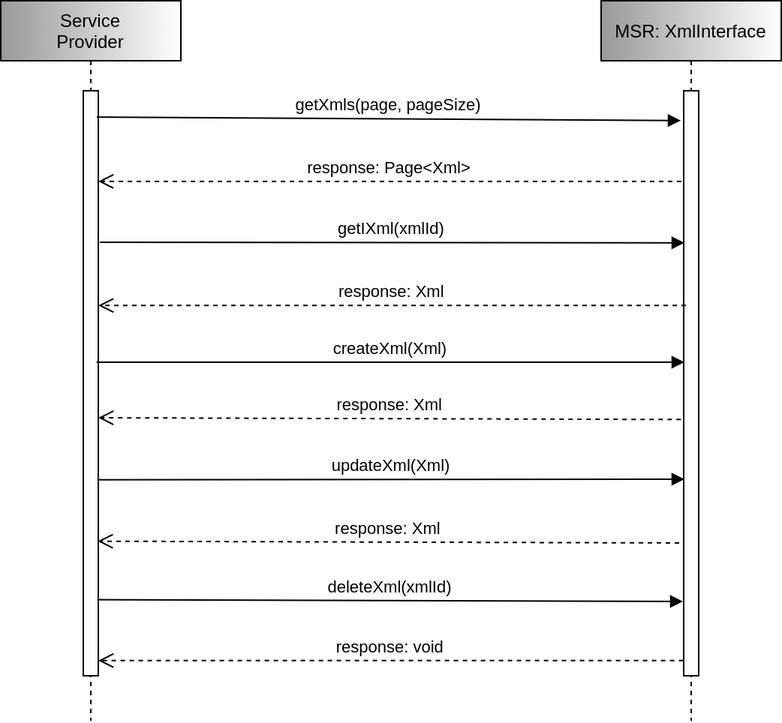
maritimeconnectivity/g1128-msr-service-specification keeps this draw.io diagram as materials/xmlintseqdiagram.drawio.png. Above is the earlier version. Source tidied: cells renumbered, new cells last; positions are measured from the earlier drawing's top-left corner, leaving out a move shared by most shapes.
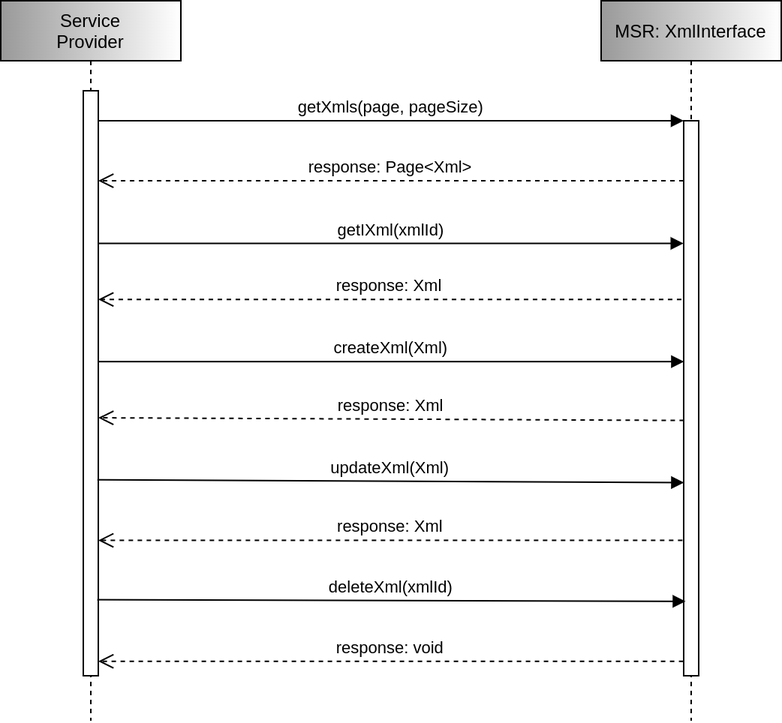
The same file after the commit.

Diff of the diagram source:
```diff
@@ -12,36 +12,44 @@
       <mxGeometry x="400" width="120" height="480" as="geometry" />
     </mxCell>
     <mxCell id="5" style="points=[];perimeter=orthogonalPerimeter;rounded=0;shadow=0;strokeWidth=1;" parent="4" vertex="1">
-      <mxGeometry x="55" y="60" width="10" height="390" as="geometry" />
+      <mxGeometry x="55" y="80" width="10" height="370" as="geometry" />
     </mxCell>
-    <mxCell id="6" value="response: Page&lt;Xml&gt;" style="verticalAlign=bottom;endArrow=open;dashed=1;endSize=8;shadow=0;strokeWidth=1;exitX=-0.15;exitY=0.155;exitDx=0;exitDy=0;exitPerimeter=0;" parent="1" edge="1" source="5" target="3">
-      <mxGeometry relative="1" as="geometry" />
+    <mxCell id="6" value="response: Page&lt;Xml&gt;" style="verticalAlign=bottom;endArrow=open;dashed=1;endSize=8;shadow=0;strokeWidth=1;" parent="1" edge="1" source="5" target="3">
+      <mxGeometry relative="1" as="geometry">
+        <Array as="points">
+          <mxPoint x="370" y="120" />
+        </Array>
+      </mxGeometry>
     </mxCell>
-    <mxCell id="7" value="getXmls(page, pageSize)" style="verticalAlign=bottom;endArrow=block;entryX=-0.2;entryY=0.051;shadow=0;strokeWidth=1;exitX=0.9;exitY=0.045;exitDx=0;exitDy=0;exitPerimeter=0;entryDx=0;entryDy=0;entryPerimeter=0;" parent="1" edge="1" source="3" target="5">
-      <mxGeometry relative="1" as="geometry" />
+    <mxCell id="7" value="getXmls(page, pageSize)" style="verticalAlign=bottom;endArrow=block;shadow=0;strokeWidth=1;" parent="1" edge="1" source="3" target="5">
+      <mxGeometry relative="1" as="geometry">
+        <Array as="points">
+          <mxPoint x="230" y="80" />
+        </Array>
+      </mxGeometry>
     </mxCell>
-    <mxCell id="8" value="response: Xml" style="verticalAlign=bottom;endArrow=open;dashed=1;endSize=8;shadow=0;strokeWidth=1;exitX=0.15;exitY=0.367;exitDx=0;exitDy=0;exitPerimeter=0;" parent="1" edge="1" source="5" target="3">
+    <mxCell id="8" value="response: Xml" style="verticalAlign=bottom;endArrow=open;dashed=1;endSize=8;shadow=0;strokeWidth=1;exitX=-0.152;exitY=0.322;exitDx=0;exitDy=0;exitPerimeter=0;" parent="1" edge="1" source="5" target="3">
       <mxGeometry relative="1" as="geometry" />
     </mxCell>
-    <mxCell id="9" value="getIXml(xmlId)" style="verticalAlign=bottom;endArrow=block;entryX=0.05;entryY=0.26;shadow=0;strokeWidth=1;exitX=1.1;exitY=0.259;exitDx=0;exitDy=0;exitPerimeter=0;entryDx=0;entryDy=0;entryPerimeter=0;" parent="1" edge="1" source="3" target="5">
+    <mxCell id="9" value="getIXml(xmlId)" style="verticalAlign=bottom;endArrow=block;entryX=-0.014;entryY=0.221;shadow=0;strokeWidth=1;entryDx=0;entryDy=0;entryPerimeter=0;" parent="1" edge="1" source="3" target="5">
       <mxGeometry relative="1" as="geometry" />
     </mxCell>
-    <mxCell id="10" value="response: Xml" style="verticalAlign=bottom;endArrow=open;dashed=1;endSize=8;shadow=0;strokeWidth=1;exitX=-0.186;exitY=0.562;exitDx=0;exitDy=0;exitPerimeter=0;entryX=1;entryY=0.559;entryDx=0;entryDy=0;entryPerimeter=0;" parent="1" edge="1" source="5" target="3">
+    <mxCell id="10" value="response: Xml" style="verticalAlign=bottom;endArrow=open;dashed=1;endSize=8;shadow=0;strokeWidth=1;exitX=0.021;exitY=0.54;exitDx=0;exitDy=0;exitPerimeter=0;entryX=1;entryY=0.559;entryDx=0;entryDy=0;entryPerimeter=0;" parent="1" edge="1" source="5" target="3">
       <mxGeometry relative="1" as="geometry" />
     </mxCell>
-    <mxCell id="11" value="createXml(Xml)" style="verticalAlign=bottom;endArrow=block;shadow=0;strokeWidth=1;exitX=0.886;exitY=0.464;exitDx=0;exitDy=0;exitPerimeter=0;entryX=0.05;entryY=0.464;entryDx=0;entryDy=0;entryPerimeter=0;" parent="1" edge="1" source="3" target="5">
+    <mxCell id="11" value="createXml(Xml)" style="verticalAlign=bottom;endArrow=block;shadow=0;strokeWidth=1;entryX=0.021;entryY=0.434;entryDx=0;entryDy=0;entryPerimeter=0;" parent="1" edge="1" source="3" target="5">
       <mxGeometry relative="1" as="geometry" />
     </mxCell>
-    <mxCell id="12" value="response: Xml" style="verticalAlign=bottom;endArrow=open;dashed=1;endSize=8;shadow=0;strokeWidth=1;entryX=0.96;entryY=0.77;entryDx=0;entryDy=0;entryPerimeter=0;exitX=-0.3;exitY=0.773;exitDx=0;exitDy=0;exitPerimeter=0;" parent="1" edge="1" source="5" target="3">
+    <mxCell id="12" value="response: Xml" style="verticalAlign=bottom;endArrow=open;dashed=1;endSize=8;shadow=0;strokeWidth=1;exitX=-0.083;exitY=0.756;exitDx=0;exitDy=0;exitPerimeter=0;" parent="1" edge="1" source="5" target="3">
       <mxGeometry relative="1" as="geometry" />
     </mxCell>
     <mxCell id="13" value="response: void" style="verticalAlign=bottom;endArrow=open;dashed=1;endSize=8;shadow=0;strokeWidth=1;exitX=-0.02;exitY=0.974;exitDx=0;exitDy=0;exitPerimeter=0;" parent="1" edge="1" source="5" target="3">
       <mxGeometry relative="1" as="geometry" />
     </mxCell>
-    <mxCell id="14" value="deleteXml(xmlId)" style="verticalAlign=bottom;endArrow=block;shadow=0;strokeWidth=1;exitX=0.933;exitY=0.87;exitDx=0;exitDy=0;exitPerimeter=0;entryX=-0.05;entryY=0.873;entryDx=0;entryDy=0;entryPerimeter=0;" parent="1" edge="1" source="3" target="5">
+    <mxCell id="14" value="deleteXml(xmlId)" style="verticalAlign=bottom;endArrow=block;shadow=0;strokeWidth=1;exitX=0.933;exitY=0.87;exitDx=0;exitDy=0;exitPerimeter=0;entryX=0.124;entryY=0.866;entryDx=0;entryDy=0;entryPerimeter=0;" parent="1" edge="1" source="3" target="5">
       <mxGeometry relative="1" as="geometry" />
     </mxCell>
-    <mxCell id="15" value="updateXml(Xml)" style="verticalAlign=bottom;endArrow=block;shadow=0;strokeWidth=1;entryX=0.05;entryY=0.664;entryDx=0;entryDy=0;entryPerimeter=0;exitX=0.94;exitY=0.665;exitDx=0;exitDy=0;exitPerimeter=0;" parent="1" edge="1" source="3" target="5">
+    <mxCell id="15" value="updateXml(Xml)" style="verticalAlign=bottom;endArrow=block;shadow=0;strokeWidth=1;entryX=0.021;entryY=0.652;entryDx=0;entryDy=0;entryPerimeter=0;exitX=0.94;exitY=0.665;exitDx=0;exitDy=0;exitPerimeter=0;" parent="1" edge="1" source="3" target="5">
       <mxGeometry relative="1" as="geometry" />
     </mxCell>
   </root>
```
